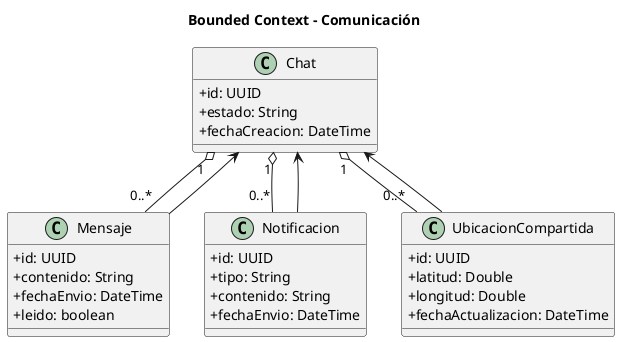
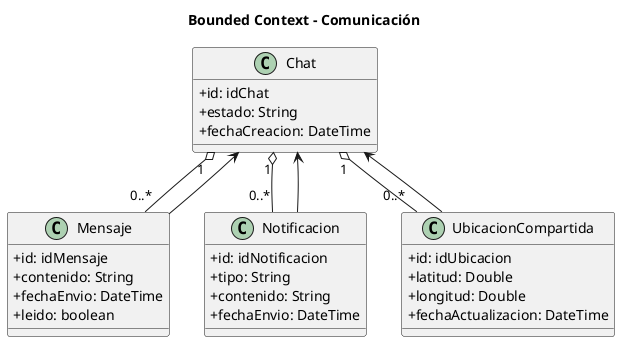
@startuml
skinparam classAttributeIconSize 0

title Bounded Context - Comunicación

class Chat {
-   +id: UUID
+   +id: idChat
  +estado: String
  +fechaCreacion: DateTime
}

class Mensaje {
-   +id: UUID
+   +id: idMensaje
  +contenido: String
  +fechaEnvio: DateTime
  +leido: boolean
}

class Notificacion {
-   +id: UUID
+   +id: idNotificacion
  +tipo: String
  +contenido: String
  +fechaEnvio: DateTime
}

class UbicacionCompartida {
-   +id: UUID
+   +id: idUbicacion
  +latitud: Double
  +longitud: Double
  +fechaActualizacion: DateTime
}

Chat "1" o-- "0..*" Mensaje
Chat "1" o-- "0..*" Notificacion
Chat "1" o-- "0..*" UbicacionCompartida
Mensaje --> Chat
Notificacion --> Chat
UbicacionCompartida --> Chat
@enduml
